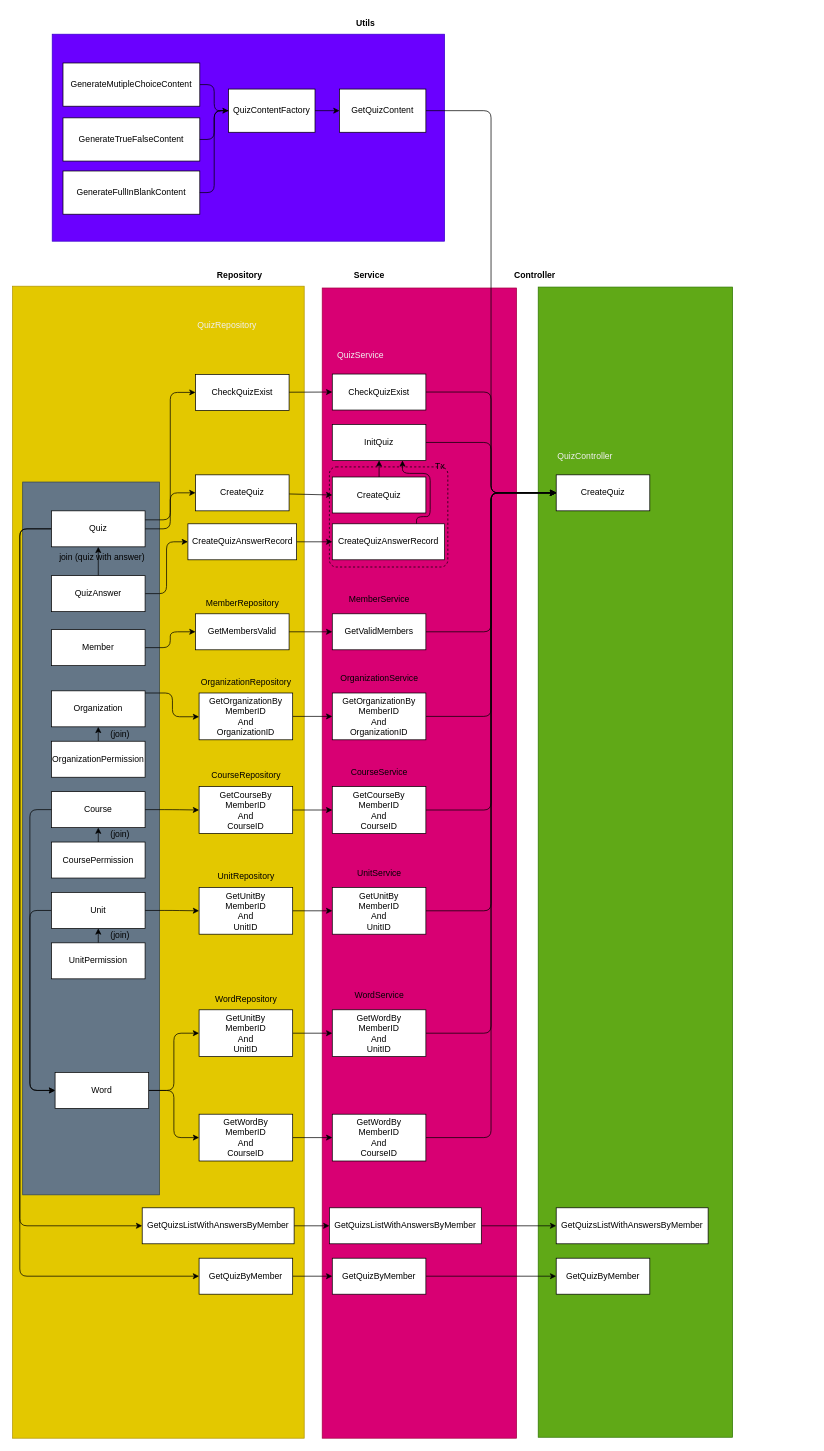
This is page "Quiz" (2 of 3) of ERD.drawio from adon988/go_api_example, a draw.io file, before an edit. Source tidied: cells renumbered, new cells numbered last; positions are measured from the earlier drawing's top-left corner, leaving out a move shared by most shapes. Both pictures are drawn from the tidied source at 72%, with x=0, y=0 at pixel (12, 12).
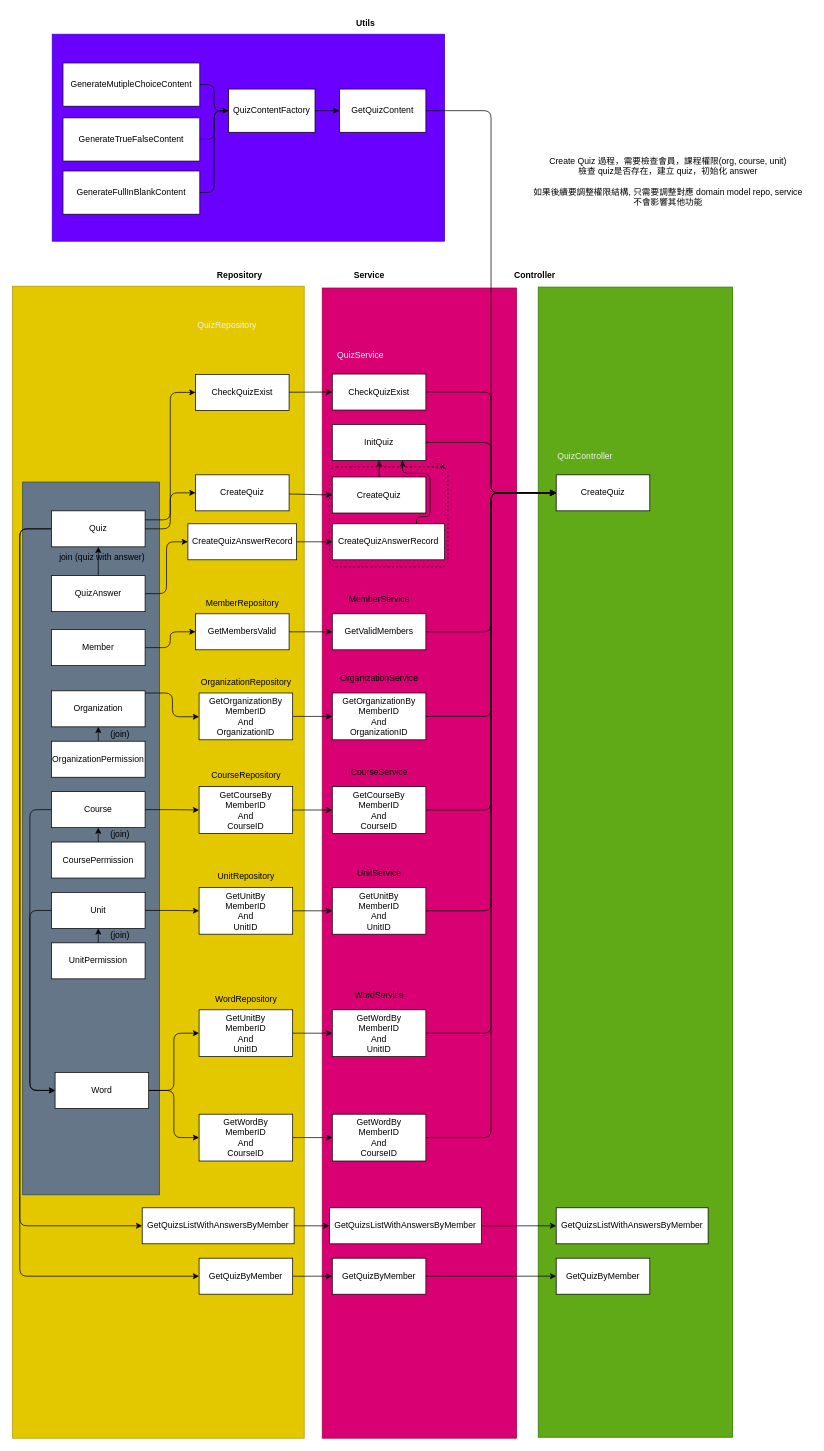
The same diagram, later.

What changed in the source:
```diff
@@
+    <mxCell id="116" value="Create Quiz 過程，需要檢查會員，課程權限(org, course, unit)&lt;br&gt;檢查 quiz是否存在，建立 quiz，初始化 answer&lt;br&gt;&lt;br&gt;如果後續要調整權限結構, 只需要調整對應 domain model repo, service&lt;br&gt;不會影響其他功能" style="text;html=1;align=center;verticalAlign=middle;strokeColor=none;fillColor=none;" parent="1" vertex="1">
+      <mxGeometry x="710" y="190" width="400" height="90" as="geometry" />
+    </mxCell>
```
